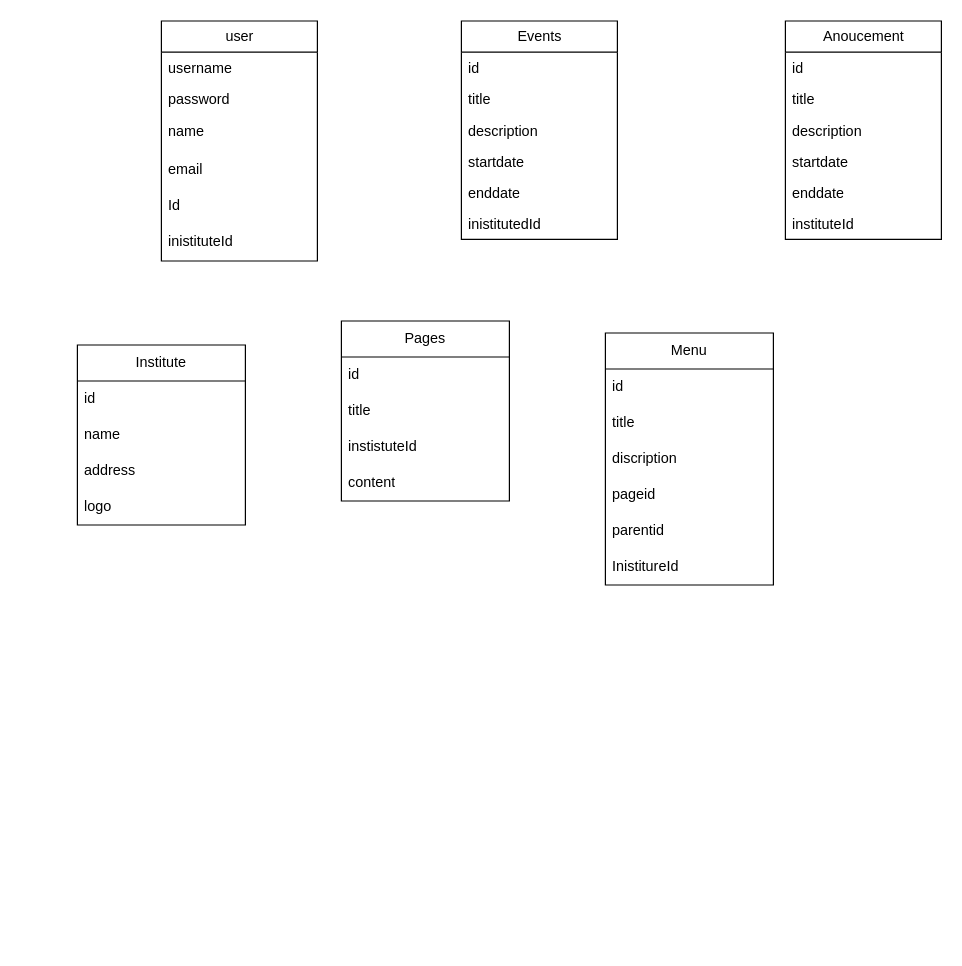
Before: page "entities" (2 of 2) of diagrams/systems.drawio in priyanhsu10/dynamicWeb, a draw.io diagram. Source tidied: cells renumbered, new cells numbered last; positions are measured from the earlier drawing's top-left corner, leaving out a move shared by most shapes. Both pictures are drawn from the tidied source at 120%, with x=0, y=0 at pixel (77, 20).
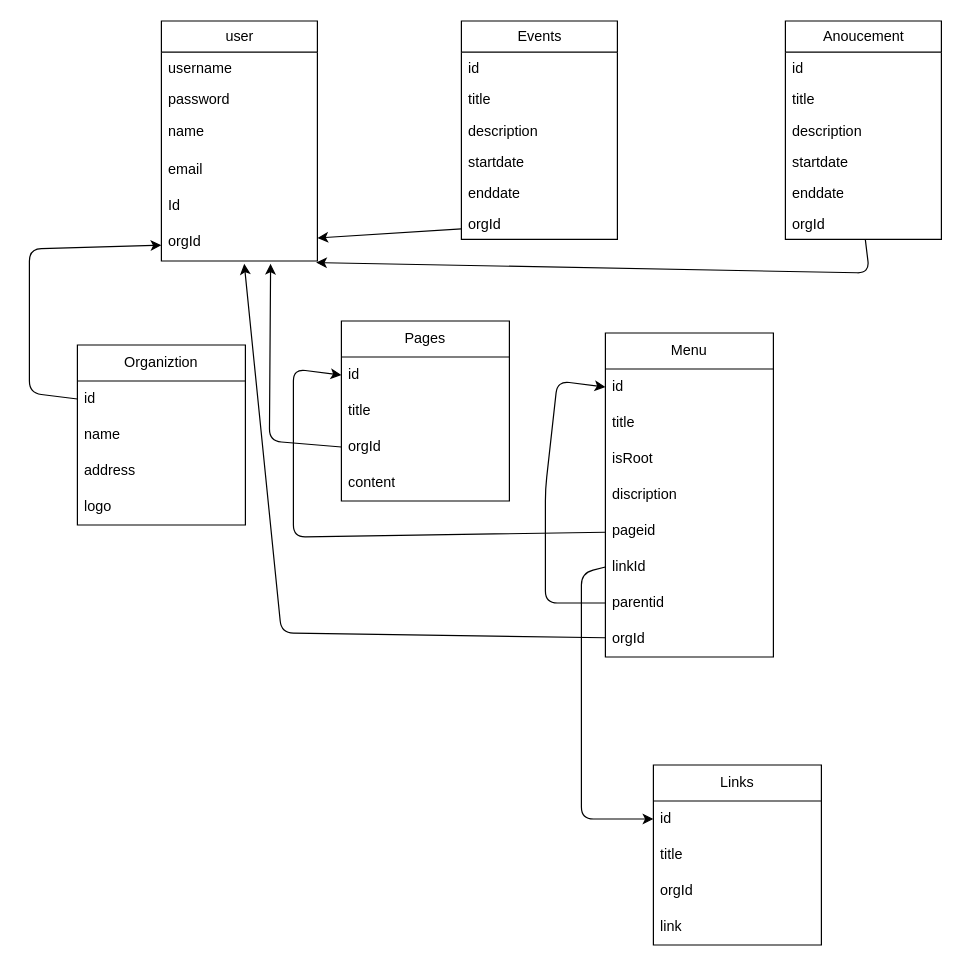
The same diagram, later.

Unchanged cells that the change refers to:
```xml
<mxCell id="2" value="user" style="swimlane;fontStyle=0;horizontal=1;startSize=26;fillColor=none;html=1;" parent="1" vertex="1">
  <mxGeometry x="70" width="130" height="200" as="geometry" />
</mxCell>
<mxCell id="9" value="Events" style="swimlane;fontStyle=0;horizontal=1;startSize=26;fillColor=none;html=1;" parent="1" vertex="1">
  <mxGeometry x="320" width="130" height="182" as="geometry" />
</mxCell>
<mxCell id="16" value="Anoucement" style="swimlane;fontStyle=0;horizontal=1;startSize=26;fillColor=none;html=1;" parent="1" vertex="1">
  <mxGeometry x="590" width="130" height="182" as="geometry" />
</mxCell>
<mxCell id="24" value="id" style="text;strokeColor=none;fillColor=none;align=left;verticalAlign=middle;spacingLeft=4;spacingRight=4;overflow=hidden;points=[[0,0.5],[1,0.5]];portConstraint=eastwest;whiteSpace=wrap;html=1;" parent="23" vertex="1">
  <mxGeometry y="30" width="140" height="30" as="geometry" />
</mxCell>
<mxCell id="28" value="Pages" style="swimlane;fontStyle=0;horizontal=1;startSize=30;whiteSpace=wrap;html=1;" parent="1" vertex="1">
  <mxGeometry x="220" y="250" width="140" height="150" as="geometry" />
</mxCell>
<mxCell id="29" value="id" style="text;strokeColor=none;fillColor=none;align=left;verticalAlign=middle;spacingLeft=4;spacingRight=4;overflow=hidden;points=[[0,0.5],[1,0.5]];portConstraint=eastwest;whiteSpace=wrap;html=1;" parent="28" vertex="1">
  <mxGeometry y="30" width="140" height="30" as="geometry" />
</mxCell>
<mxCell id="34" value="id" style="text;strokeColor=none;fillColor=none;align=left;verticalAlign=middle;spacingLeft=4;spacingRight=4;overflow=hidden;points=[[0,0.5],[1,0.5]];portConstraint=eastwest;whiteSpace=wrap;html=1;" parent="33" vertex="1">
  <mxGeometry y="30" width="140" height="30" as="geometry" />
</mxCell>
```

Diff of the diagram source:
```diff
@@
-    <mxCell id="8" value="inistituteId" style="text;strokeColor=none;fillColor=none;align=left;verticalAlign=top;spacingLeft=4;spacingRight=4;overflow=hidden;points=[[0,0.5],[1,0.5]];portConstraint=eastwest;whiteSpace=wrap;html=1;" parent="2" vertex="1">
+    <mxCell id="8" value="orgId" style="text;strokeColor=none;fillColor=none;align=left;verticalAlign=top;spacingLeft=4;spacingRight=4;overflow=hidden;points=[[0,0.5],[1,0.5]];portConstraint=eastwest;whiteSpace=wrap;html=1;" parent="2" vertex="1">
       <mxGeometry y="170" width="130" height="30" as="geometry" />
     </mxCell>
@@
-    <mxCell id="15" value="inistitutedId" style="text;strokeColor=none;fillColor=none;align=left;verticalAlign=top;spacingLeft=4;spacingRight=4;overflow=hidden;points=[[0,0.5],[1,0.5]];portConstraint=eastwest;whiteSpace=wrap;html=1;" parent="9" vertex="1">
+    <mxCell id="15" value="orgId" style="text;strokeColor=none;fillColor=none;align=left;verticalAlign=top;spacingLeft=4;spacingRight=4;overflow=hidden;points=[[0,0.5],[1,0.5]];portConstraint=eastwest;whiteSpace=wrap;html=1;" parent="9" vertex="1">
       <mxGeometry y="156" width="130" height="26" as="geometry" />
     </mxCell>
@@
-    <mxCell id="22" value="instituteId" style="text;strokeColor=none;fillColor=none;align=left;verticalAlign=top;spacingLeft=4;spacingRight=4;overflow=hidden;points=[[0,0.5],[1,0.5]];portConstraint=eastwest;whiteSpace=wrap;html=1;" parent="16" vertex="1">
+    <mxCell id="22" value="orgId" style="text;strokeColor=none;fillColor=none;align=left;verticalAlign=top;spacingLeft=4;spacingRight=4;overflow=hidden;points=[[0,0.5],[1,0.5]];portConstraint=eastwest;whiteSpace=wrap;html=1;" parent="16" vertex="1">
       <mxGeometry y="156" width="130" height="26" as="geometry" />
     </mxCell>
-    <mxCell id="23" value="Institute" style="swimlane;fontStyle=0;horizontal=1;startSize=30;whiteSpace=wrap;html=1;" parent="1" vertex="1">
+    <mxCell id="23" value="Organiztion" style="swimlane;fontStyle=0;horizontal=1;startSize=30;whiteSpace=wrap;html=1;" parent="1" vertex="1">
       <mxGeometry y="270" width="140" height="150" as="geometry" />
     </mxCell>
@@
-    <mxCell id="31" value="instistuteId" style="text;strokeColor=none;fillColor=none;align=left;verticalAlign=middle;spacingLeft=4;spacingRight=4;overflow=hidden;points=[[0,0.5],[1,0.5]];portConstraint=eastwest;whiteSpace=wrap;html=1;" parent="28" vertex="1">
+    <mxCell id="31" value="orgId" style="text;strokeColor=none;fillColor=none;align=left;verticalAlign=middle;spacingLeft=4;spacingRight=4;overflow=hidden;points=[[0,0.5],[1,0.5]];portConstraint=eastwest;whiteSpace=wrap;html=1;" parent="28" vertex="1">
       <mxGeometry y="90" width="140" height="30" as="geometry" />
     </mxCell>
@@
     <mxCell id="33" value="Menu" style="swimlane;fontStyle=0;horizontal=1;startSize=30;whiteSpace=wrap;html=1;" parent="1" vertex="1">
-      <mxGeometry x="440" y="260" width="140" height="210" as="geometry" />
+      <mxGeometry x="440" y="260" width="140" height="270" as="geometry" />
     </mxCell>
@@
+    <mxCell id="40" value="isRoot" style="text;strokeColor=none;fillColor=none;align=left;verticalAlign=middle;spacingLeft=4;spacingRight=4;overflow=hidden;whiteSpace=wrap;html=1;" parent="33" vertex="1">
+      <mxGeometry y="90" width="140" height="30" as="geometry" />
+    </mxCell>
     <mxCell id="36" value="discription" style="text;strokeColor=none;fillColor=none;align=left;verticalAlign=middle;spacingLeft=4;spacingRight=4;overflow=hidden;whiteSpace=wrap;html=1;" parent="33" vertex="1">
-      <mxGeometry y="90" width="140" height="30" as="geometry" />
+      <mxGeometry y="120" width="140" height="30" as="geometry" />
     </mxCell>
     <mxCell id="37" value="pageid" style="text;strokeColor=none;fillColor=none;align=left;verticalAlign=middle;spacingLeft=4;spacingRight=4;overflow=hidden;points=[[0,0.5],[1,0.5]];portConstraint=eastwest;whiteSpace=wrap;html=1;" parent="33" vertex="1">
-      <mxGeometry y="120" width="140" height="30" as="geometry" />
+      <mxGeometry y="150" width="140" height="30" as="geometry" />
     </mxCell>
+    <mxCell id="41" value="linkId" style="text;strokeColor=none;fillColor=none;align=left;verticalAlign=middle;spacingLeft=4;spacingRight=4;overflow=hidden;points=[[0,0.5],[1,0.5]];portConstraint=eastwest;whiteSpace=wrap;html=1;" parent="33" vertex="1">
+      <mxGeometry y="180" width="140" height="30" as="geometry" />
+    </mxCell>
+    <mxCell id="42" style="edgeStyle=none;html=1;entryX=0;entryY=0.5;entryDx=0;entryDy=0;exitX=0;exitY=0.5;exitDx=0;exitDy=0;" parent="33" edge="1" source="38" target="34">
+      <mxGeometry relative="1" as="geometry">
+        <Array as="points">
+          <mxPoint x="-50" y="225" />
+          <mxPoint x="-50" y="130" />
+          <mxPoint x="-40" y="40" />
+        </Array>
+      </mxGeometry>
+    </mxCell>
     <mxCell id="38" value="parentid" style="text;strokeColor=none;fillColor=none;align=left;verticalAlign=middle;spacingLeft=4;spacingRight=4;overflow=hidden;points=[[0,0.5],[1,0.5]];portConstraint=eastwest;whiteSpace=wrap;html=1;" parent="33" vertex="1">
-      <mxGeometry y="150" width="140" height="30" as="geometry" />
+      <mxGeometry y="210" width="140" height="30" as="geometry" />
     </mxCell>
-    <mxCell id="39" value="InistitureId" style="text;strokeColor=none;fillColor=none;align=left;verticalAlign=middle;spacingLeft=4;spacingRight=4;overflow=hidden;points=[[0,0.5],[1,0.5]];portConstraint=eastwest;whiteSpace=wrap;html=1;" parent="33" vertex="1">
-      <mxGeometry y="180" width="140" height="30" as="geometry" />
+    <mxCell id="39" value="orgId" style="text;strokeColor=none;fillColor=none;align=left;verticalAlign=middle;spacingLeft=4;spacingRight=4;overflow=hidden;points=[[0,0.5],[1,0.5]];portConstraint=eastwest;whiteSpace=wrap;html=1;" parent="33" vertex="1">
+      <mxGeometry y="240" width="140" height="30" as="geometry" />
     </mxCell>
+    <mxCell id="43" style="edgeStyle=none;html=1;exitX=0;exitY=0.5;exitDx=0;exitDy=0;" parent="1" edge="1" source="24" target="8">
+      <mxGeometry relative="1" as="geometry">
+        <Array as="points">
+          <mxPoint x="-40" y="310" />
+          <mxPoint x="-40" y="190" />
+        </Array>
+      </mxGeometry>
+    </mxCell>
+    <mxCell id="44" style="edgeStyle=none;html=1;exitX=0;exitY=0.5;exitDx=0;exitDy=0;entryX=0.7;entryY=1.078;entryDx=0;entryDy=0;entryPerimeter=0;" parent="1" edge="1" source="31" target="8">
+      <mxGeometry relative="1" as="geometry">
+        <Array as="points">
+          <mxPoint x="160" y="350" />
+        </Array>
+      </mxGeometry>
+    </mxCell>
+    <mxCell id="45" style="edgeStyle=none;html=1;" parent="1" edge="1" source="15" target="8">
+      <mxGeometry relative="1" as="geometry" />
+    </mxCell>
+    <mxCell id="46" style="edgeStyle=none;html=1;entryX=0.992;entryY=1.045;entryDx=0;entryDy=0;entryPerimeter=0;" parent="1" edge="1" source="22" target="8">
+      <mxGeometry relative="1" as="geometry">
+        <Array as="points">
+          <mxPoint x="660" y="210" />
+        </Array>
+      </mxGeometry>
+    </mxCell>
+    <mxCell id="47" style="edgeStyle=none;html=1;entryX=0.531;entryY=1.078;entryDx=0;entryDy=0;entryPerimeter=0;" parent="1" edge="1" source="39" target="8">
+      <mxGeometry relative="1" as="geometry">
+        <Array as="points">
+          <mxPoint x="170" y="510" />
+        </Array>
+      </mxGeometry>
+    </mxCell>
+    <mxCell id="48" style="edgeStyle=none;html=1;entryX=0;entryY=0.5;entryDx=0;entryDy=0;" parent="1" edge="1" source="37" target="29">
+      <mxGeometry relative="1" as="geometry">
+        <Array as="points">
+          <mxPoint x="180" y="430" />
+          <mxPoint x="180" y="290" />
+        </Array>
+      </mxGeometry>
+    </mxCell>
+    <mxCell id="49" value="Links" style="swimlane;fontStyle=0;horizontal=1;startSize=30;whiteSpace=wrap;html=1;" parent="1" vertex="1">
+      <mxGeometry x="480" y="620" width="140" height="150" as="geometry" />
+    </mxCell>
+    <mxCell id="50" value="id" style="text;strokeColor=none;fillColor=none;align=left;verticalAlign=middle;spacingLeft=4;spacingRight=4;overflow=hidden;points=[[0,0.5],[1,0.5]];portConstraint=eastwest;whiteSpace=wrap;html=1;" parent="49" vertex="1">
+      <mxGeometry y="30" width="140" height="30" as="geometry" />
+    </mxCell>
+    <mxCell id="51" value="title" style="text;strokeColor=none;fillColor=none;align=left;verticalAlign=middle;spacingLeft=4;spacingRight=4;overflow=hidden;whiteSpace=wrap;html=1;" parent="49" vertex="1">
+      <mxGeometry y="60" width="140" height="30" as="geometry" />
+    </mxCell>
+    <mxCell id="52" value="orgId" style="text;strokeColor=none;fillColor=none;align=left;verticalAlign=middle;spacingLeft=4;spacingRight=4;overflow=hidden;whiteSpace=wrap;html=1;" parent="49" vertex="1">
+      <mxGeometry y="90" width="140" height="30" as="geometry" />
+    </mxCell>
+    <mxCell id="53" value="link" style="text;strokeColor=none;fillColor=none;align=left;verticalAlign=middle;spacingLeft=4;spacingRight=4;overflow=hidden;whiteSpace=wrap;html=1;" parent="49" vertex="1">
+      <mxGeometry y="120" width="140" height="30" as="geometry" />
+    </mxCell>
+    <mxCell id="54" style="edgeStyle=none;html=1;entryX=0;entryY=0.5;entryDx=0;entryDy=0;exitX=0;exitY=0.5;exitDx=0;exitDy=0;" parent="1" edge="1" source="41" target="50">
+      <mxGeometry relative="1" as="geometry">
+        <Array as="points">
+          <mxPoint x="420" y="460" />
+          <mxPoint x="420" y="665" />
+        </Array>
+      </mxGeometry>
+    </mxCell>
```
